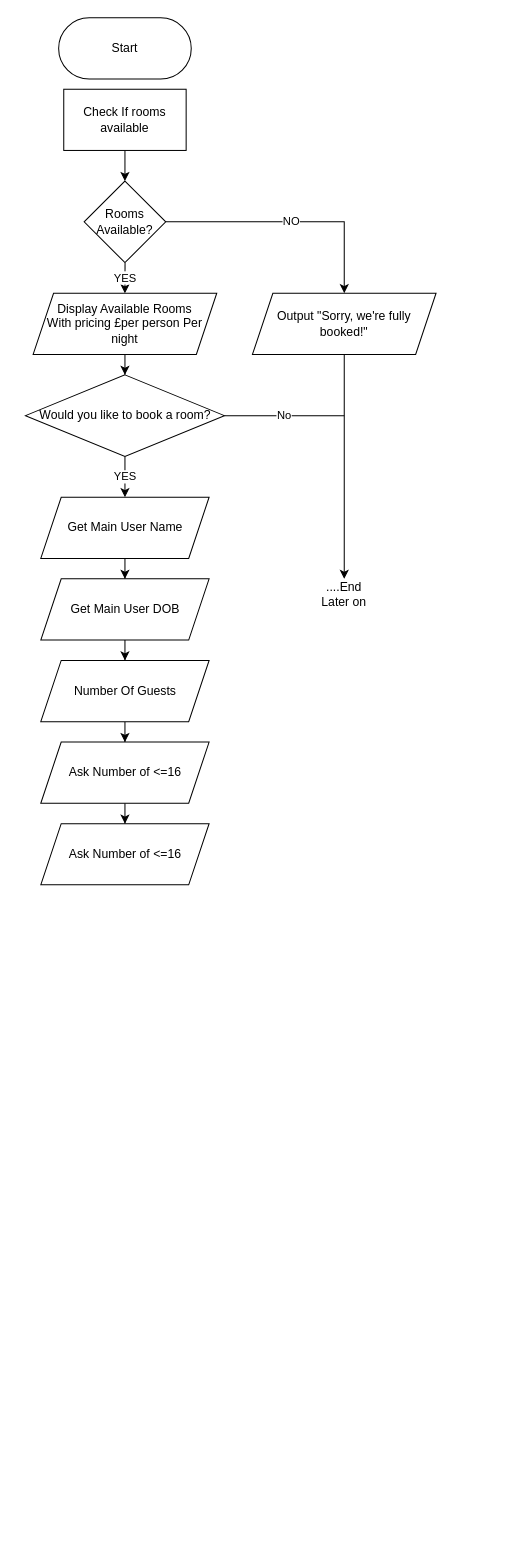
Earlier version of the draw.io diagram CheckIn.drawio (BHASVIC-FinnJones23/Kashyyyk6). Source tidied: cells renumbered, new cells numbered last; positions are measured from the earlier drawing's top-left corner, leaving out a move shared by most shapes. Both pictures are drawn from the tidied source at 102%, with x=0, y=0 at pixel (26, 17).
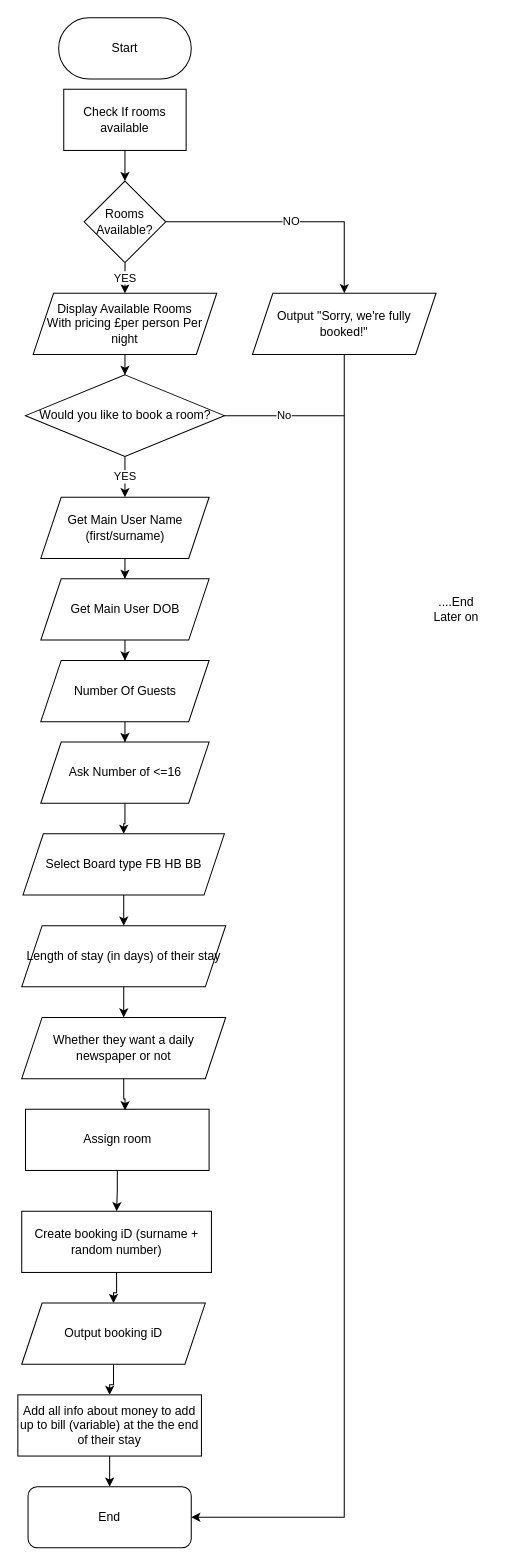
The same page after the edit.

Unchanged cells that the change refers to:
```xml
<mxCell id="18" value="Output &quot;Sorry, we're fully booked!&quot;" style="shape=parallelogram;perimeter=parallelogramPerimeter;whiteSpace=wrap;html=1;fixedSize=1;" parent="1" vertex="1">
  <mxGeometry x="222" y="270" width="180" height="60" as="geometry" />
</mxCell>
```

Change to the diagram source:
```diff
@@
-    <mxCell id="4" value="Get Main User Name" style="shape=parallelogram;perimeter=parallelogramPerimeter;whiteSpace=wrap;html=1;fixedSize=1;" parent="1" vertex="1">
+    <mxCell id="4" value="Get Main User Name (first/surname)" style="shape=parallelogram;perimeter=parallelogramPerimeter;whiteSpace=wrap;html=1;fixedSize=1;" parent="1" vertex="1">
       <mxGeometry x="14.5" y="470" width="165" height="60" as="geometry" />
     </mxCell>
@@
+    <mxCell id="25" style="edgeStyle=orthogonalEdgeStyle;rounded=0;jettySize=auto;html=1;" parent="1" edge="1" source="11" target="27">
+      <mxGeometry relative="1" as="geometry" />
+    </mxCell>
-    <mxCell id="11" value="Ask Number of &amp;lt;=16" style="shape=parallelogram;perimeter=parallelogramPerimeter;whiteSpace=wrap;html=1;fixedSize=1;" parent="1" vertex="1">
-      <mxGeometry x="14.5" y="790" width="165" height="60" as="geometry" />
+    <mxCell id="11" value="Select Board type FB HB BB" style="shape=parallelogram;perimeter=parallelogramPerimeter;whiteSpace=wrap;html=1;fixedSize=1;" parent="1" vertex="1">
+      <mxGeometry x="-3" y="800" width="197.5" height="60" as="geometry" />
     </mxCell>
@@
-    <mxCell id="17" style="edgeStyle=orthogonalEdgeStyle;rounded=0;jettySize=auto;html=1;" parent="1" edge="1" source="18">
+    <mxCell id="17" style="edgeStyle=orthogonalEdgeStyle;rounded=0;jettySize=auto;html=1;entryX=1;entryY=0.5;entryDx=0;entryDy=0;" parent="1" edge="1" source="18" target="37">
       <mxGeometry relative="1" as="geometry">
-        <mxPoint x="312" y="550" as="targetPoint" />
+        <Array as="points">
+          <mxPoint x="312" y="1470" />
+        </Array>
       </mxGeometry>
     </mxCell>
@@
     <mxCell id="19" value="....End Later on" style="text;html=1;strokeColor=none;fillColor=none;align=center;verticalAlign=middle;whiteSpace=wrap;rounded=0;" parent="1" vertex="1">
-      <mxGeometry x="282" y="550" width="60" height="30" as="geometry" />
+      <mxGeometry x="392" y="565" width="60" height="30" as="geometry" />
     </mxCell>
@@
+    <mxCell id="26" style="edgeStyle=orthogonalEdgeStyle;rounded=0;jettySize=auto;html=1;" parent="1" edge="1" source="27" target="28">
+      <mxGeometry relative="1" as="geometry" />
+    </mxCell>
+    <mxCell id="27" value="Length of stay (in days) of their stay" style="shape=parallelogram;perimeter=parallelogramPerimeter;whiteSpace=wrap;html=1;fixedSize=1;" parent="1" vertex="1">
+      <mxGeometry x="-4.2" y="890" width="200" height="60" as="geometry" />
+    </mxCell>
+    <mxCell id="28" value="Whether they want a daily newspaper or not" style="shape=parallelogram;perimeter=parallelogramPerimeter;whiteSpace=wrap;html=1;fixedSize=1;" parent="1" vertex="1">
+      <mxGeometry x="-4.2" y="980" width="200" height="60" as="geometry" />
+    </mxCell>
+    <mxCell id="29" style="edgeStyle=orthogonalEdgeStyle;rounded=0;jettySize=auto;html=1;entryX=0.5;entryY=0;entryDx=0;entryDy=0;" parent="1" edge="1" source="30" target="34">
+      <mxGeometry relative="1" as="geometry" />
+    </mxCell>
+    <mxCell id="30" value="Assign room" style="rounded=0;whiteSpace=wrap;html=1;" parent="1" vertex="1">
+      <mxGeometry x="-0.5" y="1070" width="180" height="60" as="geometry" />
+    </mxCell>
+    <mxCell id="31" style="edgeStyle=orthogonalEdgeStyle;rounded=0;jettySize=auto;html=1;" parent="1" edge="1" source="32" target="36">
+      <mxGeometry relative="1" as="geometry" />
+    </mxCell>
+    <mxCell id="32" value="Output booking iD" style="shape=parallelogram;perimeter=parallelogramPerimeter;whiteSpace=wrap;html=1;fixedSize=1;" parent="1" vertex="1">
+      <mxGeometry x="-4.2" y="1260" width="180" height="60" as="geometry" />
+    </mxCell>
+    <mxCell id="33" style="edgeStyle=orthogonalEdgeStyle;rounded=0;jettySize=auto;html=1;" parent="1" edge="1" source="34" target="32">
+      <mxGeometry relative="1" as="geometry" />
+    </mxCell>
+    <mxCell id="34" value="Create booking iD (surname + random number)" style="rounded=0;whiteSpace=wrap;html=1;" parent="1" vertex="1">
+      <mxGeometry x="-4.2" y="1170" width="186" height="60" as="geometry" />
+    </mxCell>
+    <mxCell id="35" style="edgeStyle=orthogonalEdgeStyle;rounded=0;jettySize=auto;html=1;" parent="1" edge="1" source="36" target="37">
+      <mxGeometry relative="1" as="geometry" />
+    </mxCell>
+    <mxCell id="36" value="Add all info about money to add up to bill (variable) at the the end of their stay" style="rounded=0;whiteSpace=wrap;html=1;" parent="1" vertex="1">
+      <mxGeometry x="-8" y="1350" width="180" height="60" as="geometry" />
+    </mxCell>
+    <mxCell id="37" value="End" style="rounded=1;whiteSpace=wrap;html=1;" parent="1" vertex="1">
+      <mxGeometry x="2" y="1440" width="160" height="60" as="geometry" />
+    </mxCell>
+    <mxCell id="38" style="edgeStyle=orthogonalEdgeStyle;rounded=0;jettySize=auto;html=1;entryX=0.542;entryY=0.017;entryDx=0;entryDy=0;entryPerimeter=0;" parent="1" edge="1" source="28" target="30">
+      <mxGeometry relative="1" as="geometry" />
+    </mxCell>
```
